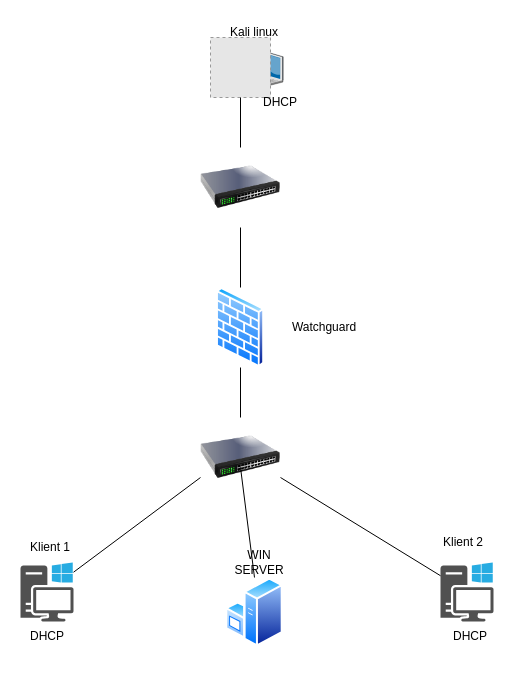
CodyPhantom/Thecodyphantom keeps this draw.io diagram as Unavngivet diagram.drawio. Above is the earlier version. Source tidied: cells renumbered, new cells numbered last; positions are measured from the earlier drawing's top-left corner, leaving out a move shared by most shapes. Both pictures are drawn from the tidied source at 100%, with x=0, y=0 at pixel (16, 17). Pictures stored in the file or linked from it are replaced by grey dashed boxes.
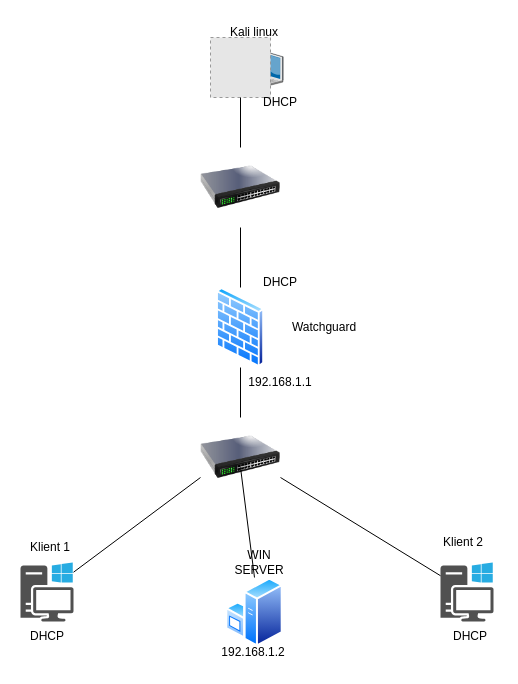
The same diagram, later.

What changed in the source:
```diff
@@
+    <mxCell id="24" value="192.168.1.2" style="text;html=1;strokeColor=none;fillColor=none;align=center;verticalAlign=middle;whiteSpace=wrap;rounded=0;" parent="1" vertex="1">
+      <mxGeometry x="206.7" y="620" width="60" height="30" as="geometry" />
+    </mxCell>
+    <mxCell id="25" value="192.168.1.1" style="text;html=1;strokeColor=none;fillColor=none;align=center;verticalAlign=middle;whiteSpace=wrap;rounded=0;" parent="1" vertex="1">
+      <mxGeometry x="234" y="350" width="60" height="30" as="geometry" />
+    </mxCell>
+    <mxCell id="26" value="DHCP" style="text;html=1;strokeColor=none;fillColor=none;align=center;verticalAlign=middle;whiteSpace=wrap;rounded=0;" parent="1" vertex="1">
+      <mxGeometry x="234" y="250" width="60" height="30" as="geometry" />
+    </mxCell>
```
